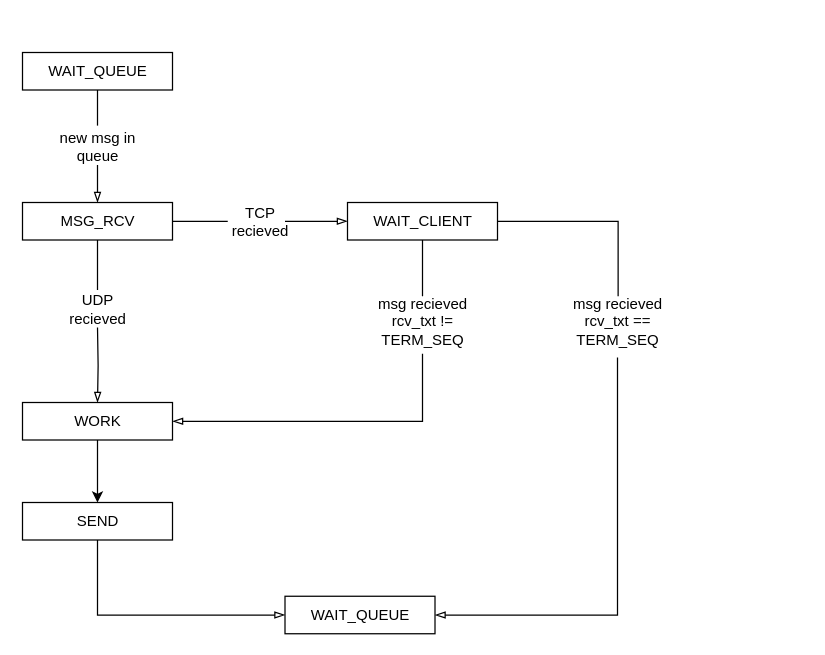
Earlier version of the draw.io diagram Statemachine.drawio (LieutenantRed/state-machine). Source tidied: cells renumbered, new cells numbered last; positions are measured from the earlier drawing's top-left corner, leaving out a move shared by most shapes. Both pictures are drawn from the tidied source at 125%, with x=0, y=0 at pixel (22, 51).
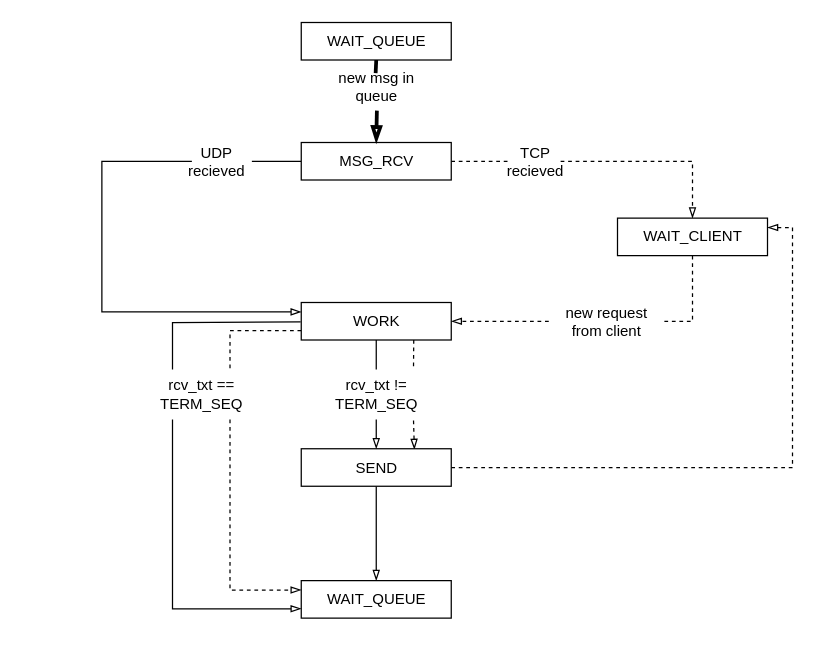
The same page after the edit.

Change to the diagram source:
```diff
@@
-    <mxCell id="2" style="edgeStyle=orthogonalEdgeStyle;rounded=0;jettySize=auto;html=1;exitX=0.5;exitY=1;exitDx=0;exitDy=0;strokeColor=#000000;endArrow=none;endFill=0;" parent="1" edge="1" source="3">
+    <mxCell id="2" style="edgeStyle=orthogonalEdgeStyle;rounded=0;jettySize=auto;html=1;exitX=0.5;exitY=1;exitDx=0;exitDy=0;strokeColor=#000000;endArrow=none;endFill=0;strokeWidth=3;" parent="1" edge="1" source="3">
       <mxGeometry relative="1" as="geometry">
-        <mxPoint x="59.5" y="59" as="targetPoint" />
+        <mxPoint x="282" y="17" as="targetPoint" />
       </mxGeometry>
     </mxCell>
     <mxCell id="3" value="WAIT_QUEUE" style="rounded=0;whiteSpace=wrap;html=1;" parent="1" vertex="1">
-      <mxGeometry x="-0.5" y="0.5" width="120" height="30" as="geometry" />
+      <mxGeometry x="222.5" y="-23.5" width="120" height="30" as="geometry" />
     </mxCell>
-    <mxCell id="4" style="edgeStyle=orthogonalEdgeStyle;rounded=0;jettySize=auto;html=1;exitX=0.5;exitY=1;exitDx=0;exitDy=0;endArrow=none;endFill=0;strokeColor=#000000;" parent="1" edge="1" source="6">
-      <mxGeometry relative="1" as="geometry">
-        <mxPoint x="59.5" y="190.5" as="targetPoint" />
-      </mxGeometry>
-    </mxCell>
-    <mxCell id="5" style="edgeStyle=orthogonalEdgeStyle;rounded=0;jettySize=auto;html=1;exitX=1;exitY=0.5;exitDx=0;exitDy=0;endArrow=none;endFill=0;strokeColor=#000000;" parent="1" edge="1" source="6">
-      <mxGeometry relative="1" as="geometry">
-        <mxPoint x="163.7" y="135.5" as="targetPoint" />
-      </mxGeometry>
-    </mxCell>
+    <mxCell id="25" style="edgeStyle=orthogonalEdgeStyle;rounded=0;jettySize=auto;html=1;exitX=0;exitY=0.5;exitDx=0;exitDy=0;endArrow=none;endFill=0;strokeWidth=1;" parent="1" edge="1" source="6">
+      <mxGeometry relative="1" as="geometry">
+        <mxPoint x="183" y="88" as="targetPoint" />
+      </mxGeometry>
+    </mxCell>
+    <mxCell id="26" style="edgeStyle=orthogonalEdgeStyle;rounded=0;jettySize=auto;html=1;exitX=1;exitY=0.5;exitDx=0;exitDy=0;entryX=0;entryY=0.5;entryDx=0;entryDy=0;endArrow=none;endFill=0;strokeWidth=1;dashed=1;" parent="1" edge="1" source="6" target="10">
+      <mxGeometry relative="1" as="geometry" />
+    </mxCell>
     <mxCell id="6" value="MSG_RCV" style="rounded=0;whiteSpace=wrap;html=1;" parent="1" vertex="1">
-      <mxGeometry x="-0.5" y="120.5" width="120" height="30" as="geometry" />
+      <mxGeometry x="222.5" y="72.5" width="120" height="30" as="geometry" />
     </mxCell>
-    <mxCell id="7" style="edgeStyle=orthogonalEdgeStyle;rounded=0;jettySize=auto;html=1;exitX=0.5;exitY=1;exitDx=0;exitDy=0;entryX=0.5;entryY=0;entryDx=0;entryDy=0;" parent="1" edge="1" source="8" target="12">
-      <mxGeometry relative="1" as="geometry" />
-    </mxCell>
+    <mxCell id="27" style="edgeStyle=orthogonalEdgeStyle;rounded=0;jettySize=auto;html=1;exitX=0.5;exitY=1;exitDx=0;exitDy=0;entryX=0.5;entryY=0;entryDx=0;entryDy=0;endArrow=none;endFill=0;strokeWidth=1;" parent="1" edge="1" source="8" target="21">
+      <mxGeometry relative="1" as="geometry" />
+    </mxCell>
+    <mxCell id="28" style="edgeStyle=orthogonalEdgeStyle;rounded=0;jettySize=auto;html=1;exitX=0.75;exitY=1;exitDx=0;exitDy=0;entryX=0.824;entryY=-0.042;entryDx=0;entryDy=0;entryPerimeter=0;dashed=1;endArrow=none;endFill=0;strokeWidth=1;" parent="1" edge="1" source="8" target="21">
+      <mxGeometry relative="1" as="geometry" />
+    </mxCell>
+    <mxCell id="29" style="edgeStyle=orthogonalEdgeStyle;rounded=0;jettySize=auto;html=1;entryX=0.25;entryY=0;entryDx=0;entryDy=0;startArrow=none;startFill=0;endArrow=none;endFill=0;strokeWidth=1;" parent="1" edge="1" target="38">
+      <mxGeometry relative="1" as="geometry">
+        <mxPoint x="222" y="216" as="sourcePoint" />
+      </mxGeometry>
+    </mxCell>
+    <mxCell id="30" style="edgeStyle=orthogonalEdgeStyle;rounded=0;jettySize=auto;html=1;exitX=0;exitY=0.75;exitDx=0;exitDy=0;entryX=0.75;entryY=0;entryDx=0;entryDy=0;dashed=1;startArrow=none;startFill=0;endArrow=none;endFill=0;strokeWidth=1;" parent="1" edge="1" source="8" target="38">
+      <mxGeometry relative="1" as="geometry" />
+    </mxCell>
     <mxCell id="8" value="WORK" style="rounded=0;whiteSpace=wrap;html=1;" parent="1" vertex="1">
-      <mxGeometry x="-0.5" y="280.5" width="120" height="30" as="geometry" />
+      <mxGeometry x="222.5" y="200.5" width="120" height="30" as="geometry" />
     </mxCell>
-    <mxCell id="9" style="edgeStyle=orthogonalEdgeStyle;rounded=0;jettySize=auto;html=1;exitX=1;exitY=0.5;exitDx=0;exitDy=0;entryX=0;entryY=0.5;entryDx=0;entryDy=0;endArrow=blockThin;endFill=0;strokeColor=#000000;" parent="1" edge="1" source="10" target="15">
+    <mxCell id="9" style="edgeStyle=orthogonalEdgeStyle;rounded=0;jettySize=auto;html=1;exitX=1;exitY=0.5;exitDx=0;exitDy=0;entryX=0.5;entryY=0;entryDx=0;entryDy=0;endArrow=blockThin;endFill=0;strokeWidth=1;dashed=1;" parent="1" edge="1" source="10" target="15">
       <mxGeometry relative="1" as="geometry" />
     </mxCell>
     <mxCell id="10" value="TCP recieved" style="text;html=1;strokeColor=none;fillColor=none;align=center;verticalAlign=middle;whiteSpace=wrap;rounded=0;" parent="1" vertex="1">
-      <mxGeometry x="169.5" y="125.5" width="40" height="20" as="geometry" />
+      <mxGeometry x="390" y="77.5" width="40" height="20" as="geometry" />
     </mxCell>
+    <mxCell id="31" style="edgeStyle=orthogonalEdgeStyle;rounded=0;jettySize=auto;html=1;entryX=0.824;entryY=1.017;entryDx=0;entryDy=0;entryPerimeter=0;dashed=1;endArrow=none;endFill=0;strokeWidth=1;startArrow=blockThin;startFill=0;" parent="1" edge="1" target="21">
+      <mxGeometry relative="1" as="geometry">
+        <mxPoint x="313" y="318" as="sourcePoint" />
+      </mxGeometry>
+    </mxCell>
-    <mxCell id="11" style="edgeStyle=orthogonalEdgeStyle;rounded=0;jettySize=auto;html=1;exitX=0.5;exitY=1;exitDx=0;exitDy=0;entryX=0;entryY=0.5;entryDx=0;entryDy=0;endArrow=blockThin;endFill=0;strokeColor=#000000;" parent="1" edge="1" source="12" target="24">
+    <mxCell id="11" style="edgeStyle=orthogonalEdgeStyle;rounded=0;jettySize=auto;html=1;exitX=0.5;exitY=1;exitDx=0;exitDy=0;entryX=0.5;entryY=0;entryDx=0;entryDy=0;startArrow=none;startFill=0;endArrow=blockThin;endFill=0;strokeWidth=1;" parent="1" edge="1" source="12" target="24">
       <mxGeometry relative="1" as="geometry" />
     </mxCell>
+    <mxCell id="32" style="edgeStyle=orthogonalEdgeStyle;rounded=0;jettySize=auto;html=1;exitX=1;exitY=0.5;exitDx=0;exitDy=0;entryX=1;entryY=0.25;entryDx=0;entryDy=0;dashed=1;startArrow=none;startFill=0;endArrow=blockThin;endFill=0;strokeWidth=1;" parent="1" edge="1" source="12" target="15">
+      <mxGeometry relative="1" as="geometry" />
+    </mxCell>
     <mxCell id="12" value="SEND" style="rounded=0;whiteSpace=wrap;html=1;" parent="1" vertex="1">
-      <mxGeometry x="-0.5" y="360.5" width="120" height="30" as="geometry" />
+      <mxGeometry x="222.5" y="317.5" width="120" height="30" as="geometry" />
     </mxCell>
-    <mxCell id="13" style="edgeStyle=orthogonalEdgeStyle;rounded=0;jettySize=auto;html=1;exitX=0.5;exitY=1;exitDx=0;exitDy=0;entryX=0.5;entryY=0;entryDx=0;entryDy=0;endArrow=none;endFill=0;strokeColor=#000000;" parent="1" edge="1" source="15" target="23">
+    <mxCell id="13" style="edgeStyle=orthogonalEdgeStyle;rounded=0;jettySize=auto;html=1;exitX=0.5;exitY=1;exitDx=0;exitDy=0;entryX=1;entryY=0.5;entryDx=0;entryDy=0;dashed=1;endArrow=none;endFill=0;strokeWidth=1;" parent="1" edge="1" source="15" target="23">
       <mxGeometry relative="1" as="geometry" />
     </mxCell>
-    <mxCell id="14" style="edgeStyle=orthogonalEdgeStyle;rounded=0;jettySize=auto;html=1;exitX=1;exitY=0.5;exitDx=0;exitDy=0;endArrow=none;endFill=0;strokeColor=#000000;" parent="1" edge="1" source="15" target="21">
-      <mxGeometry relative="1" as="geometry" />
-    </mxCell>
     <mxCell id="15" value="WAIT_CLIENT" style="rounded=0;whiteSpace=wrap;html=1;" parent="1" vertex="1">
-      <mxGeometry x="259.5" y="120.5" width="120" height="30" as="geometry" />
+      <mxGeometry x="475.5" y="133" width="120" height="30" as="geometry" />
     </mxCell>
-    <mxCell id="16" style="edgeStyle=orthogonalEdgeStyle;rounded=0;jettySize=auto;html=1;entryX=0.5;entryY=0;entryDx=0;entryDy=0;endArrow=blockThin;endFill=0;strokeColor=#000000;" parent="1" edge="1" target="6">
+    <mxCell id="16" style="edgeStyle=orthogonalEdgeStyle;rounded=0;jettySize=auto;html=1;entryX=0.5;entryY=0;entryDx=0;entryDy=0;endArrow=blockThin;endFill=0;strokeColor=#000000;strokeWidth=3;" parent="1" edge="1" target="6">
       <mxGeometry relative="1" as="geometry">
-        <mxPoint x="59.5" y="90.5" as="sourcePoint" />
+        <mxPoint x="283" y="47" as="sourcePoint" />
       </mxGeometry>
     </mxCell>
     <mxCell id="17" value="new msg in queue" style="text;html=1;strokeColor=none;fillColor=none;align=center;verticalAlign=middle;whiteSpace=wrap;rounded=0;" parent="1" vertex="1">
-      <mxGeometry x="19.5" y="65.5" width="80" height="20" as="geometry" />
+      <mxGeometry x="242.5" y="18" width="80" height="20" as="geometry" />
     </mxCell>
-    <mxCell id="18" style="edgeStyle=orthogonalEdgeStyle;rounded=0;jettySize=auto;html=1;entryX=0.5;entryY=0;entryDx=0;entryDy=0;endArrow=blockThin;endFill=0;strokeColor=#000000;" parent="1" edge="1" target="8">
-      <mxGeometry relative="1" as="geometry">
-        <mxPoint x="59.5" y="220.5" as="sourcePoint" />
-      </mxGeometry>
-    </mxCell>
+    <mxCell id="33" style="edgeStyle=orthogonalEdgeStyle;rounded=0;jettySize=auto;html=1;entryX=0;entryY=0.25;entryDx=0;entryDy=0;endArrow=blockThin;endFill=0;strokeWidth=1;exitX=0;exitY=0.5;exitDx=0;exitDy=0;" parent="1" edge="1" source="19" target="8">
+      <mxGeometry relative="1" as="geometry">
+        <Array as="points">
+          <mxPoint x="63" y="88" />
+          <mxPoint x="63" y="208" />
+        </Array>
+      </mxGeometry>
+    </mxCell>
     <mxCell id="19" value="UDP recieved" style="text;html=1;strokeColor=none;fillColor=none;align=center;verticalAlign=middle;whiteSpace=wrap;rounded=0;" parent="1" vertex="1">
-      <mxGeometry x="39.5" y="195.5" width="40" height="20" as="geometry" />
+      <mxGeometry x="135" y="77.5" width="40" height="20" as="geometry" />
     </mxCell>
-    <mxCell id="20" style="edgeStyle=orthogonalEdgeStyle;rounded=0;jettySize=auto;html=1;entryX=1;entryY=0.5;entryDx=0;entryDy=0;endArrow=blockThin;endFill=0;strokeColor=#000000;" parent="1" edge="1" target="24">
-      <mxGeometry relative="1" as="geometry">
-        <mxPoint x="475.5" y="244.5" as="sourcePoint" />
-        <Array as="points">
-          <mxPoint x="475.5" y="450.5" />
-        </Array>
-      </mxGeometry>
-    </mxCell>
+    <mxCell id="34" style="edgeStyle=orthogonalEdgeStyle;rounded=0;jettySize=auto;html=1;exitX=0.5;exitY=1;exitDx=0;exitDy=0;entryX=0.5;entryY=0;entryDx=0;entryDy=0;endArrow=blockThin;endFill=0;strokeWidth=1;" parent="1" edge="1" source="21" target="12">
+      <mxGeometry relative="1" as="geometry" />
+    </mxCell>
-    <mxCell id="21" value="&lt;div&gt;msg recieved&lt;br&gt;&lt;/div&gt;&lt;div&gt;rcv_txt == TERM_SEQ&lt;/div&gt;" style="text;html=1;strokeColor=none;fillColor=none;align=center;verticalAlign=middle;whiteSpace=wrap;rounded=0;" parent="1" vertex="1">
-      <mxGeometry x="430" y="195.5" width="92" height="40" as="geometry" />
+    <mxCell id="21" value="&lt;div&gt;rcv_txt != TERM_SEQ&lt;/div&gt;" style="text;html=1;strokeColor=none;fillColor=none;align=center;verticalAlign=middle;whiteSpace=wrap;rounded=0;" parent="1" vertex="1">
+      <mxGeometry x="236.5" y="254" width="92" height="40" as="geometry" />
     </mxCell>
-    <mxCell id="22" style="edgeStyle=orthogonalEdgeStyle;rounded=0;jettySize=auto;html=1;entryX=1;entryY=0.5;entryDx=0;entryDy=0;endArrow=blockThin;endFill=0;strokeColor=#000000;" parent="1" edge="1" target="8">
-      <mxGeometry relative="1" as="geometry">
-        <mxPoint x="319.5" y="241.5" as="sourcePoint" />
-        <Array as="points">
-          <mxPoint x="319.5" y="295.5" />
-        </Array>
-      </mxGeometry>
-    </mxCell>
+    <mxCell id="35" style="edgeStyle=orthogonalEdgeStyle;rounded=0;jettySize=auto;html=1;exitX=0;exitY=0.5;exitDx=0;exitDy=0;entryX=1;entryY=0.5;entryDx=0;entryDy=0;dashed=1;endArrow=blockThin;endFill=0;strokeWidth=1;" parent="1" edge="1" source="23" target="8">
+      <mxGeometry relative="1" as="geometry" />
+    </mxCell>
-    <mxCell id="23" value="&lt;div&gt;msg recieved&lt;br&gt;&lt;/div&gt;&lt;div&gt;rcv_txt != TERM_SEQ&lt;/div&gt;" style="text;html=1;strokeColor=none;fillColor=none;align=center;verticalAlign=middle;whiteSpace=wrap;rounded=0;" parent="1" vertex="1">
-      <mxGeometry x="273.5" y="195.5" width="92" height="40" as="geometry" />
+    <mxCell id="23" value="new request from client" style="text;html=1;strokeColor=none;fillColor=none;align=center;verticalAlign=middle;whiteSpace=wrap;rounded=0;" parent="1" vertex="1">
+      <mxGeometry x="420.5" y="195.5" width="92" height="40" as="geometry" />
     </mxCell>
     <mxCell id="24" value="WAIT_QUEUE" style="rounded=0;whiteSpace=wrap;html=1;" parent="1" vertex="1">
-      <mxGeometry x="209.5" y="435.5" width="120" height="30" as="geometry" />
+      <mxGeometry x="222.5" y="423" width="120" height="30" as="geometry" />
     </mxCell>
+    <mxCell id="36" style="edgeStyle=orthogonalEdgeStyle;rounded=0;jettySize=auto;html=1;exitX=0.25;exitY=1;exitDx=0;exitDy=0;entryX=0;entryY=0.75;entryDx=0;entryDy=0;startArrow=none;startFill=0;endArrow=blockThin;endFill=0;strokeWidth=1;" parent="1" edge="1" source="38" target="24">
+      <mxGeometry relative="1" as="geometry" />
+    </mxCell>
+    <mxCell id="37" style="edgeStyle=orthogonalEdgeStyle;rounded=0;jettySize=auto;html=1;exitX=0.75;exitY=1;exitDx=0;exitDy=0;entryX=0;entryY=0.25;entryDx=0;entryDy=0;dashed=1;startArrow=none;startFill=0;endArrow=blockThin;endFill=0;strokeWidth=1;" parent="1" edge="1" source="38" target="24">
+      <mxGeometry relative="1" as="geometry" />
+    </mxCell>
+    <mxCell id="38" value="&lt;div&gt;rcv_txt == TERM_SEQ&lt;/div&gt;" style="text;html=1;strokeColor=none;fillColor=none;align=center;verticalAlign=middle;whiteSpace=wrap;rounded=0;" parent="1" vertex="1">
+      <mxGeometry x="96.5" y="254" width="92" height="40" as="geometry" />
+    </mxCell>
```
